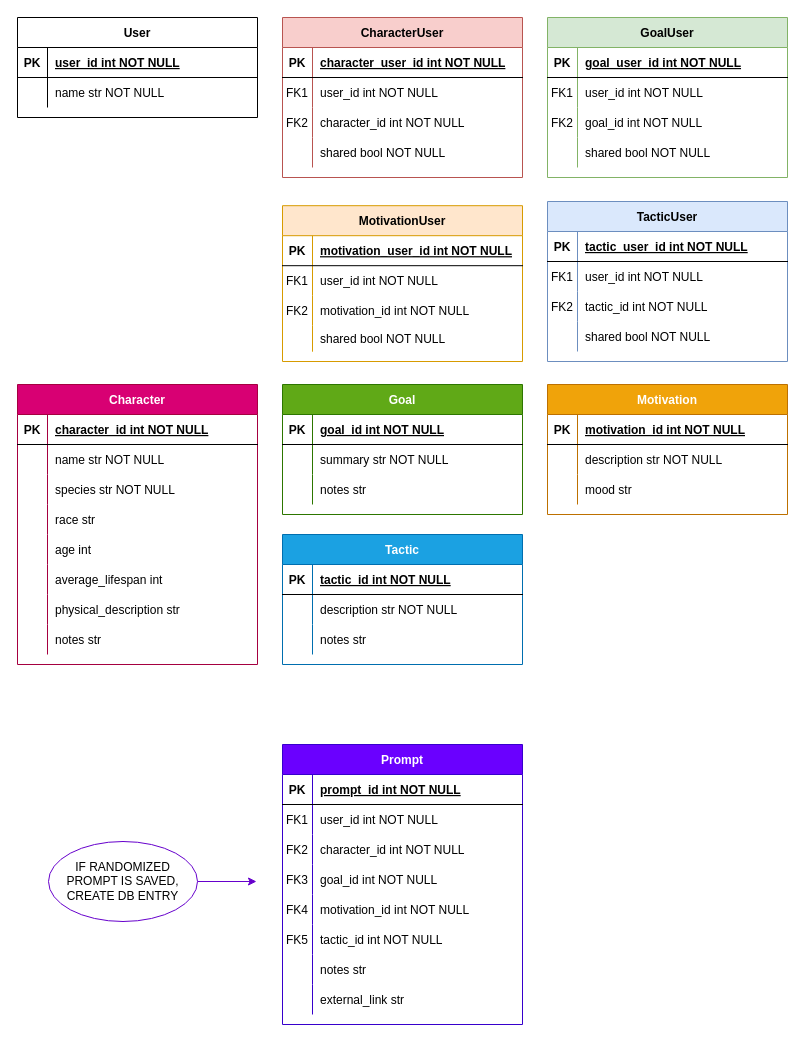
Above: database_schema.drawio in dexterfitch/pprompp (draw.io), before the change. Source tidied: cells renumbered, new cells numbered last; positions are measured from the earlier drawing's top-left corner, leaving out a move shared by most shapes. Both pictures are drawn from the tidied source at 100%, with x=0, y=0 at pixel (17, 17).
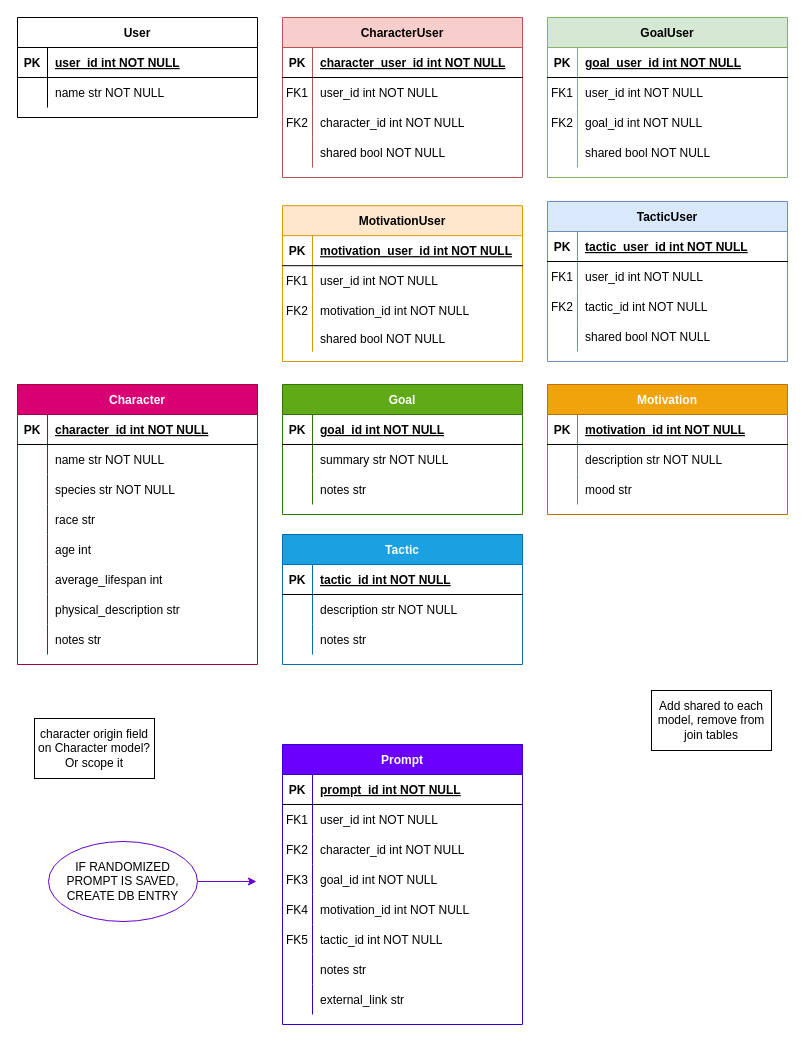
The same diagram, later.

The edit, as a diff of the source:
```diff
@@
+    <mxCell id="143" value="Add shared to each model, remove from join tables" style="rounded=0;whiteSpace=wrap;html=1;" parent="1" vertex="1">
+      <mxGeometry x="634" y="673" width="120" height="60" as="geometry" />
+    </mxCell>
+    <mxCell id="144" value="character origin field on Character model?&lt;br&gt;Or scope it" style="rounded=0;whiteSpace=wrap;html=1;" parent="1" vertex="1">
+      <mxGeometry x="17" y="701" width="120" height="60" as="geometry" />
+    </mxCell>
```
